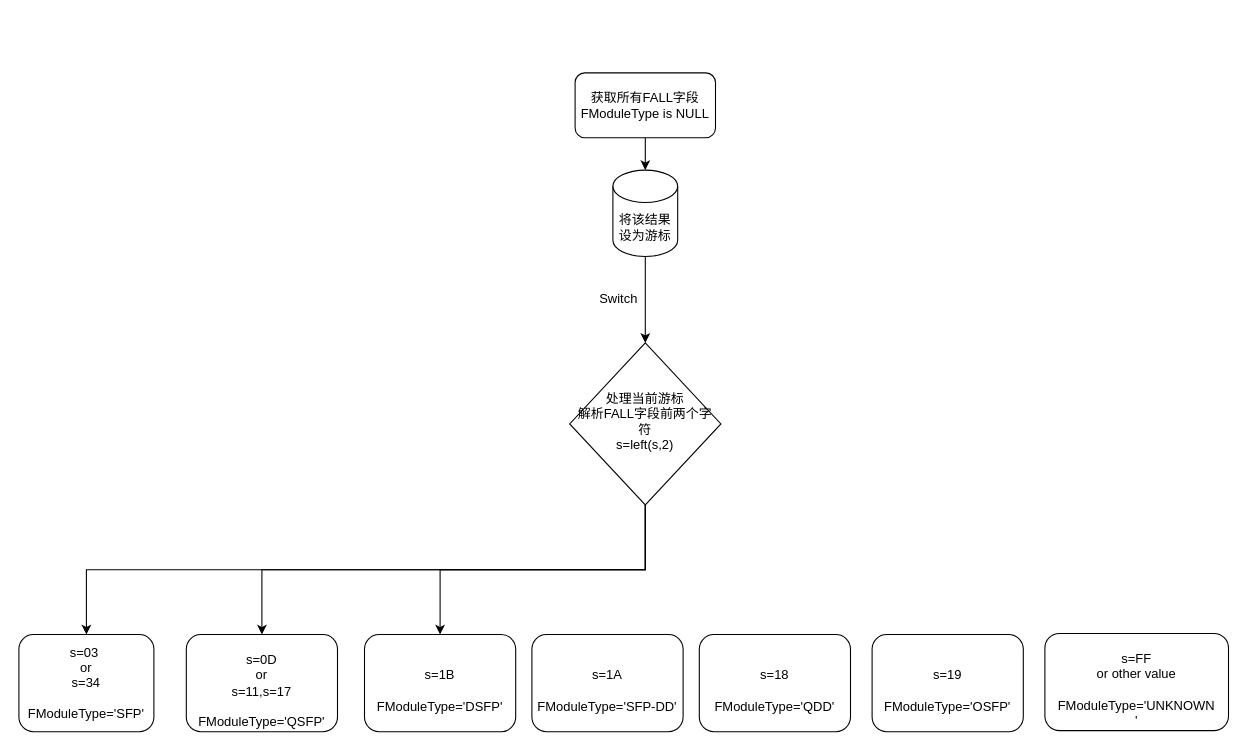
madmadcat/My-mysql-workout keeps this draw.io diagram as EEPROM CODING parse stored procedures in mysql Diagram.drawio. Above is the earlier version. Source tidied: cells renumbered, new cells numbered last; positions are measured from the earlier drawing's top-left corner, leaving out a move shared by most shapes. Both pictures are drawn from the tidied source at 108%, with x=0, y=0 at pixel (18, 72).
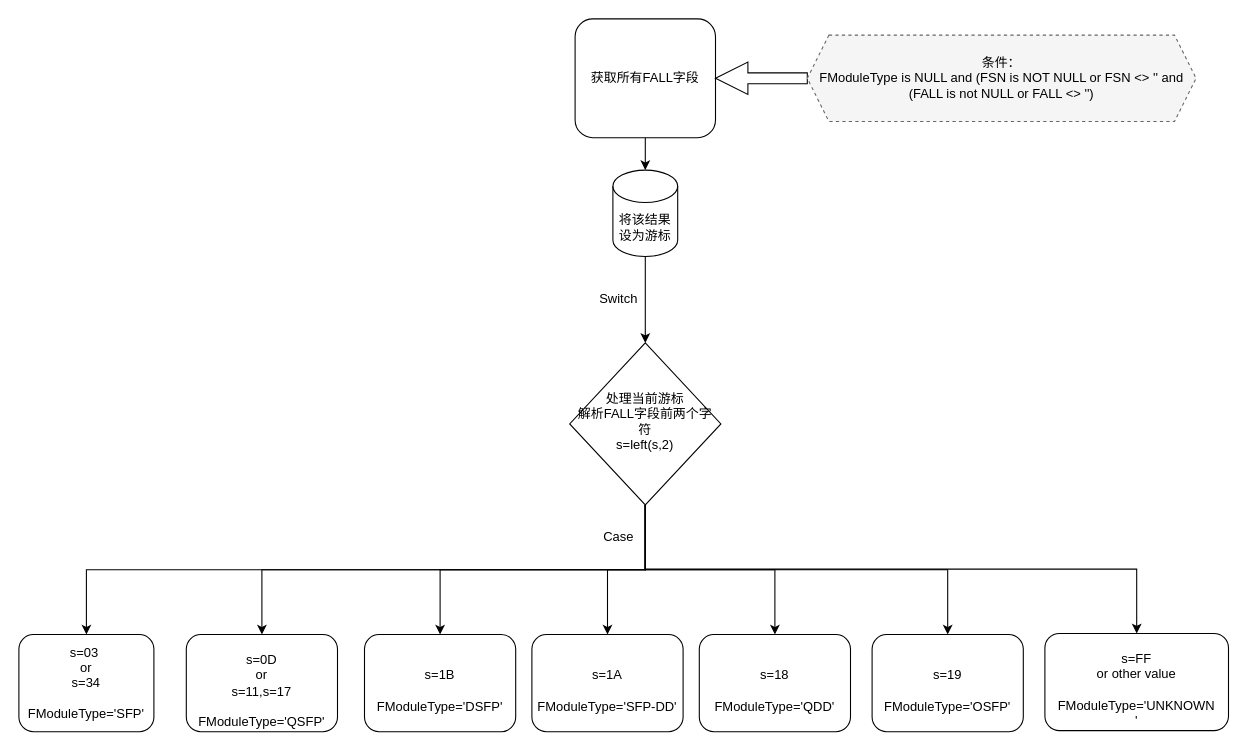
The same page after the edit.

Unchanged cells that the change refers to:
```xml
<mxCell id="7" value="处理当前游标&lt;br&gt;解析FALL字段前两个字符&lt;br&gt;s=left(s,2)" style="rhombus;whiteSpace=wrap;html=1;shadow=0;fontFamily=Helvetica;fontSize=12;align=center;strokeWidth=1;spacing=6;spacingTop=-4;" parent="1" vertex="1">
  <mxGeometry x="510" y="250" width="140" height="150" as="geometry" />
</mxCell>
<mxCell id="13" value="&lt;br&gt;s=FF&lt;br&gt;or other value&lt;br&gt;&lt;br&gt;FModuleType='UNKNOWN&lt;br&gt;'" style="rounded=1;whiteSpace=wrap;html=1;" parent="1" vertex="1">
  <mxGeometry x="950" y="519" width="170" height="90" as="geometry" />
</mxCell>
<mxCell id="15" value="&lt;br&gt;s=1A&lt;br&gt;&lt;br&gt;FModuleType='SFP-DD'" style="rounded=1;whiteSpace=wrap;html=1;" parent="1" vertex="1">
  <mxGeometry x="475" y="520" width="140" height="90" as="geometry" />
</mxCell>
<mxCell id="16" value="&lt;br&gt;s=18&lt;br&gt;&lt;br&gt;FModuleType='QDD'" style="rounded=1;whiteSpace=wrap;html=1;" parent="1" vertex="1">
  <mxGeometry x="630" y="520" width="140" height="90" as="geometry" />
</mxCell>
<mxCell id="17" value="&lt;br&gt;s=19&lt;br&gt;&lt;br&gt;FModuleType='OSFP'" style="rounded=1;whiteSpace=wrap;html=1;" parent="1" vertex="1">
  <mxGeometry x="790" y="520" width="140" height="90" as="geometry" />
</mxCell>
```

Diff of the diagram source:
```diff
@@
-    <mxCell id="3" value="获取所有FALL字段&lt;br&gt;FModuleType is NULL" style="rounded=1;whiteSpace=wrap;html=1;fontSize=12;glass=0;strokeWidth=1;shadow=0;" parent="1" vertex="1">
-      <mxGeometry x="515" width="130" height="60" as="geometry" />
+    <mxCell id="3" value="获取所有FALL字段&lt;br&gt;" style="rounded=1;whiteSpace=wrap;html=1;fontSize=12;glass=0;strokeWidth=1;shadow=0;" parent="1" vertex="1">
+      <mxGeometry x="515" y="-50" width="130" height="110" as="geometry" />
     </mxCell>
@@
+    <mxCell id="18" style="edgeStyle=orthogonalEdgeStyle;rounded=0;jettySize=auto;html=1;exitX=0.5;exitY=1;exitDx=0;exitDy=0;entryX=0.5;entryY=0;entryDx=0;entryDy=0;fontSize=11;fontColor=#9E9E9E;" parent="1" edge="1" source="7" target="15">
+      <mxGeometry relative="1" as="geometry" />
+    </mxCell>
+    <mxCell id="19" style="edgeStyle=orthogonalEdgeStyle;rounded=0;jettySize=auto;html=1;exitX=0.5;exitY=1;exitDx=0;exitDy=0;entryX=0.5;entryY=0;entryDx=0;entryDy=0;fontSize=11;fontColor=#9E9E9E;" parent="1" edge="1" source="7" target="16">
+      <mxGeometry relative="1" as="geometry" />
+    </mxCell>
+    <mxCell id="20" style="edgeStyle=orthogonalEdgeStyle;rounded=0;jettySize=auto;html=1;exitX=0.5;exitY=1;exitDx=0;exitDy=0;entryX=0.5;entryY=0;entryDx=0;entryDy=0;fontSize=11;fontColor=#9E9E9E;" parent="1" edge="1" source="7" target="17">
+      <mxGeometry relative="1" as="geometry" />
+    </mxCell>
+    <mxCell id="21" style="edgeStyle=orthogonalEdgeStyle;rounded=0;jettySize=auto;html=1;exitX=0.5;exitY=1;exitDx=0;exitDy=0;entryX=0.5;entryY=0;entryDx=0;entryDy=0;fontSize=11;fontColor=#9E9E9E;" parent="1" edge="1" source="7" target="13">
+      <mxGeometry relative="1" as="geometry" />
+    </mxCell>
@@
+    <mxCell id="22" style="edgeStyle=orthogonalEdgeStyle;shape=arrow;rounded=0;jettySize=auto;html=1;exitX=0;exitY=0.5;exitDx=0;exitDy=0;entryX=1;entryY=0.5;entryDx=0;entryDy=0;fontSize=11;fontColor=#9E9E9E;" parent="1" edge="1" source="23" target="3">
+      <mxGeometry relative="1" as="geometry" />
+    </mxCell>
+    <mxCell id="23" value="&lt;span style=&quot;color: rgb(0, 0, 0); font-size: 12px;&quot;&gt;条件：&lt;/span&gt;&lt;br style=&quot;color: rgb(0, 0, 0); font-size: 12px;&quot;&gt;&lt;div style=&quot;&quot;&gt;&lt;span style=&quot;color: rgb(0, 0, 0); font-size: 12px; background-color: initial;&quot;&gt;FModuleType is NULL and (FSN is NOT NULL or FSN &amp;lt;&amp;gt; '' and (FALL is not NULL or FALL &amp;lt;&amp;gt; '')&lt;/span&gt;&lt;/div&gt;" style="shape=hexagon;perimeter=hexagonPerimeter2;whiteSpace=wrap;html=1;fixedSize=1;fontSize=11;fontColor=#333333;align=center;dashed=1;fillColor=#f5f5f5;strokeColor=#666666;" parent="1" vertex="1">
+      <mxGeometry x="730" y="-35" width="360" height="80" as="geometry" />
+    </mxCell>
+    <mxCell id="24" value="Case" style="text;html=1;align=center;verticalAlign=middle;strokeColor=none;fillColor=none;" parent="1" vertex="1">
+      <mxGeometry x="535" y="420" width="40" height="20" as="geometry" />
+    </mxCell>
```
